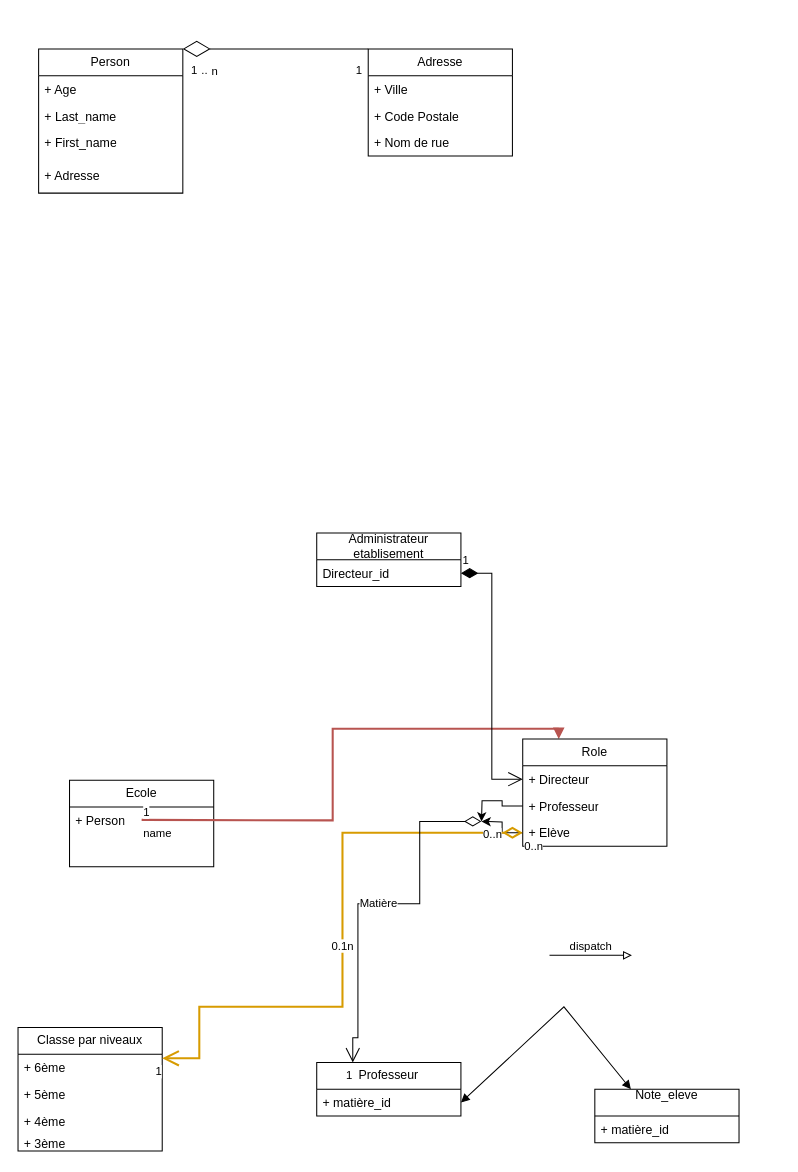
The draw.io diagram gestion_ecole.drawio in johandeschamps/gestion_ecole, before the edit. Source tidied: cells renumbered, new cells numbered last; positions are measured from the earlier drawing's top-left corner, leaving out a move shared by most shapes. Both pictures are drawn from the tidied source at 103%, with x=0, y=0 at pixel (18, 48).
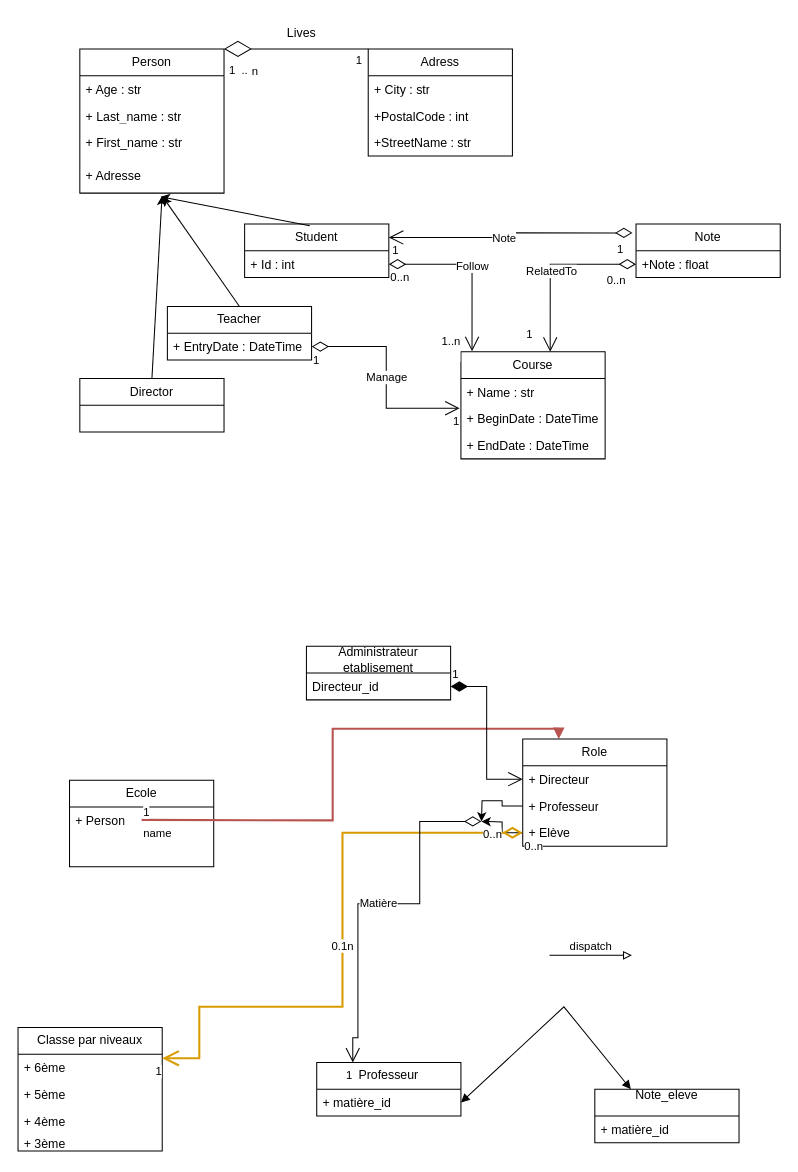
After the change.

Commit message:
Updated class diagram

Unchanged cells that the change refers to:
```xml
<mxCell id="37" value="+ Adresse" style="text;strokeColor=none;fillColor=none;align=left;verticalAlign=top;spacingLeft=4;spacingRight=4;overflow=hidden;points=[[0,0.5],[1,0.5]];portConstraint=eastwest;whiteSpace=wrap;html=1;" parent="33" vertex="1">
  <mxGeometry y="110" width="140" height="30" as="geometry" />
</mxCell>
<mxCell id="42" style="endArrow=diamondThin;endFill=0;endSize=24;html=1;rounded=0;entryX=1;entryY=0;entryDx=0;entryDy=0;" parent="1" edge="1" target="33">
  <mxGeometry relative="1" as="geometry">
    <mxPoint x="340" as="sourcePoint" />
  </mxGeometry>
</mxCell>
```

Change to the diagram source:
```diff
@@
     <mxCell id="29" value="Administrateur etablisement" style="swimlane;fontStyle=0;horizontal=1;startSize=26;fillColor=none;whiteSpace=wrap;html=1;" parent="1" vertex="1">
-      <mxGeometry x="290" y="470" width="140" height="52" as="geometry" />
+      <mxGeometry x="280" y="580" width="140" height="52" as="geometry" />
     </mxCell>
@@
     <mxCell id="33" value="Person" style="swimlane;fontStyle=0;horizontal=1;startSize=26;fillColor=none;whiteSpace=wrap;html=1;" parent="1" vertex="1">
-      <mxGeometry x="20" width="140" height="140" as="geometry" />
+      <mxGeometry x="60" width="140" height="140" as="geometry" />
     </mxCell>
-    <mxCell id="34" value="+ Age" style="text;strokeColor=none;fillColor=none;align=left;verticalAlign=top;spacingLeft=4;spacingRight=4;overflow=hidden;whiteSpace=wrap;html=1;" parent="33" vertex="1">
+    <mxCell id="34" value="+ Age : str" style="text;strokeColor=none;fillColor=none;align=left;verticalAlign=top;spacingLeft=4;spacingRight=4;overflow=hidden;whiteSpace=wrap;html=1;" parent="33" vertex="1">
       <mxGeometry y="26" width="140" height="26" as="geometry" />
     </mxCell>
-    <mxCell id="35" value="+ Last_name" style="text;strokeColor=none;fillColor=none;align=left;verticalAlign=top;spacingLeft=4;spacingRight=4;overflow=hidden;whiteSpace=wrap;html=1;" parent="33" vertex="1">
+    <mxCell id="35" value="+ Last_name : str" style="text;strokeColor=none;fillColor=none;align=left;verticalAlign=top;spacingLeft=4;spacingRight=4;overflow=hidden;whiteSpace=wrap;html=1;" parent="33" vertex="1">
       <mxGeometry y="52" width="140" height="26" as="geometry" />
     </mxCell>
-    <mxCell id="36" value="+ First_name" style="text;strokeColor=none;fillColor=none;align=left;verticalAlign=top;spacingLeft=4;spacingRight=4;overflow=hidden;whiteSpace=wrap;html=1;" parent="33" vertex="1">
+    <mxCell id="36" value="+ First_name : str" style="text;strokeColor=none;fillColor=none;align=left;verticalAlign=top;spacingLeft=4;spacingRight=4;overflow=hidden;whiteSpace=wrap;html=1;" parent="33" vertex="1">
       <mxGeometry y="78" width="140" height="32" as="geometry" />
     </mxCell>
@@
-    <mxCell id="38" value="&lt;span style=&quot;text-align: left;&quot;&gt;Adresse&lt;/span&gt;" style="swimlane;fontStyle=0;horizontal=1;startSize=26;fillColor=none;whiteSpace=wrap;html=1;" parent="1" vertex="1">
+    <mxCell id="38" value="&lt;span style=&quot;text-align: left;&quot;&gt;Adress&lt;/span&gt;" style="swimlane;fontStyle=0;horizontal=1;startSize=26;fillColor=none;whiteSpace=wrap;html=1;" parent="1" vertex="1">
       <mxGeometry x="340" width="140" height="104" as="geometry" />
     </mxCell>
-    <mxCell id="39" value="+ Ville" style="text;strokeColor=none;fillColor=none;align=left;verticalAlign=top;spacingLeft=4;spacingRight=4;overflow=hidden;whiteSpace=wrap;html=1;" parent="38" vertex="1">
+    <mxCell id="39" value="+ City : str" style="text;strokeColor=none;fillColor=none;align=left;verticalAlign=top;spacingLeft=4;spacingRight=4;overflow=hidden;whiteSpace=wrap;html=1;" parent="38" vertex="1">
       <mxGeometry y="26" width="140" height="26" as="geometry" />
     </mxCell>
-    <mxCell id="40" value="+ Code Postale" style="text;strokeColor=none;fillColor=none;align=left;verticalAlign=top;spacingLeft=4;spacingRight=4;overflow=hidden;whiteSpace=wrap;html=1;" parent="38" vertex="1">
+    <mxCell id="40" value="+PostalCode : int" style="text;strokeColor=none;fillColor=none;align=left;verticalAlign=top;spacingLeft=4;spacingRight=4;overflow=hidden;whiteSpace=wrap;html=1;" parent="38" vertex="1">
       <mxGeometry y="52" width="140" height="26" as="geometry" />
     </mxCell>
-    <mxCell id="41" value="+ Nom de rue" style="text;strokeColor=none;fillColor=none;align=left;verticalAlign=top;spacingLeft=4;spacingRight=4;overflow=hidden;whiteSpace=wrap;html=1;" parent="38" vertex="1">
+    <mxCell id="41" value="+StreetName : str" style="text;strokeColor=none;fillColor=none;align=left;verticalAlign=top;spacingLeft=4;spacingRight=4;overflow=hidden;whiteSpace=wrap;html=1;" parent="38" vertex="1">
       <mxGeometry y="78" width="140" height="26" as="geometry" />
     </mxCell>
@@
     <mxCell id="43" value="n" style="edgeLabel;html=1;align=center;verticalAlign=middle;" parent="42" vertex="1">
       <mxGeometry x="-0.79" relative="1" as="geometry">
-        <mxPoint x="-131" y="21" as="offset" />
+        <mxPoint x="-96" y="21" as="offset" />
       </mxGeometry>
     </mxCell>
@@
     <mxCell id="45" value=".." style="edgeLabel;html=1;align=center;verticalAlign=middle;" parent="42" vertex="1">
       <mxGeometry x="-0.12" y="1" relative="1" as="geometry">
-        <mxPoint x="-81" y="19" as="offset" />
+        <mxPoint x="-59" y="19" as="offset" />
       </mxGeometry>
     </mxCell>
     <mxCell id="46" value="1" style="edgeLabel;html=1;align=center;verticalAlign=middle;" parent="42" vertex="1">
       <mxGeometry x="0.84" y="2" relative="1" as="geometry">
-        <mxPoint x="156" y="18" as="offset" />
+        <mxPoint x="119" y="8" as="offset" />
       </mxGeometry>
     </mxCell>
+    <mxCell id="47" value="Lives" style="text;html=1;align=center;verticalAlign=middle;strokeColor=none;fillColor=none;" parent="1" vertex="1">
+      <mxGeometry x="250" y="-30" width="50" height="30" as="geometry" />
+    </mxCell>
+    <mxCell id="48" value="Student" style="swimlane;fontStyle=0;horizontal=1;startSize=26;fillColor=none;whiteSpace=wrap;html=1;" parent="1" vertex="1">
+      <mxGeometry x="220" y="170" width="140" height="52" as="geometry" />
+    </mxCell>
+    <mxCell id="49" value="+ Id : int" style="text;strokeColor=none;fillColor=none;align=left;verticalAlign=top;spacingLeft=4;spacingRight=4;overflow=hidden;points=[[0,0.5],[1,0.5]];portConstraint=eastwest;whiteSpace=wrap;html=1;" parent="48" vertex="1">
+      <mxGeometry y="26" width="140" height="26" as="geometry" />
+    </mxCell>
+    <mxCell id="50" style="endArrow=classic;endFill=1;html=1;rounded=0;entryX=0.56;entryY=1.116;entryDx=0;entryDy=0;entryPerimeter=0;exitX=0.452;exitY=0.034;exitDx=0;exitDy=0;exitPerimeter=0;" parent="1" edge="1" source="48" target="37">
+      <mxGeometry relative="1" as="geometry" />
+    </mxCell>
+    <mxCell id="51" value="Teacher" style="swimlane;fontStyle=0;horizontal=1;startSize=26;fillColor=none;whiteSpace=wrap;html=1;" parent="1" vertex="1">
+      <mxGeometry x="145" y="250" width="140" height="52" as="geometry" />
+    </mxCell>
+    <mxCell id="52" value="+ EntryDate : DateTime" style="text;strokeColor=none;fillColor=none;align=left;verticalAlign=top;spacingLeft=4;spacingRight=4;overflow=hidden;whiteSpace=wrap;html=1;" parent="51" vertex="1">
+      <mxGeometry y="26" width="140" height="26" as="geometry" />
+    </mxCell>
+    <mxCell id="53" style="endArrow=classic;endFill=1;html=1;rounded=0;entryX=0.575;entryY=1.116;entryDx=0;entryDy=0;entryPerimeter=0;exitX=0.5;exitY=0;exitDx=0;exitDy=0;" parent="1" edge="1" source="51" target="37">
+      <mxGeometry relative="1" as="geometry" />
+    </mxCell>
+    <mxCell id="54" value="Director" style="swimlane;fontStyle=0;horizontal=1;startSize=26;fillColor=none;whiteSpace=wrap;html=1;" parent="1" vertex="1">
+      <mxGeometry x="60" y="320" width="140" height="52" as="geometry" />
+    </mxCell>
+    <mxCell id="55" style="endArrow=classic;endFill=1;html=1;rounded=0;entryX=0.57;entryY=1.093;entryDx=0;entryDy=0;entryPerimeter=0;exitX=0.5;exitY=0;exitDx=0;exitDy=0;" parent="1" edge="1" source="54" target="37">
+      <mxGeometry relative="1" as="geometry" />
+    </mxCell>
+    <mxCell id="56" value="Course" style="swimlane;fontStyle=0;horizontal=1;startSize=26;fillColor=none;whiteSpace=wrap;html=1;" parent="1" vertex="1">
+      <mxGeometry x="430" y="294" width="140" height="104" as="geometry" />
+    </mxCell>
+    <mxCell id="57" value="+ Name : str" style="text;strokeColor=none;fillColor=none;align=left;verticalAlign=top;spacingLeft=4;spacingRight=4;overflow=hidden;whiteSpace=wrap;html=1;" parent="56" vertex="1">
+      <mxGeometry y="26" width="140" height="26" as="geometry" />
+    </mxCell>
+    <mxCell id="58" value="+ BeginDate : DateTime" style="text;strokeColor=none;fillColor=none;align=left;verticalAlign=top;spacingLeft=4;spacingRight=4;overflow=hidden;points=[[0,0.5],[1,0.5]];portConstraint=eastwest;whiteSpace=wrap;html=1;" parent="56" vertex="1">
+      <mxGeometry y="52" width="140" height="26" as="geometry" />
+    </mxCell>
+    <mxCell id="59" value="+ EndDate : DateTime" style="text;strokeColor=none;fillColor=none;align=left;verticalAlign=top;spacingLeft=4;spacingRight=4;overflow=hidden;whiteSpace=wrap;html=1;" parent="56" vertex="1">
+      <mxGeometry y="78" width="140" height="26" as="geometry" />
+    </mxCell>
+    <mxCell id="60" value="Note" style="swimlane;fontStyle=0;horizontal=1;startSize=26;fillColor=none;whiteSpace=wrap;html=1;" parent="1" vertex="1">
+      <mxGeometry x="600" y="170" width="140" height="52" as="geometry" />
+    </mxCell>
+    <mxCell id="61" value="+Note : float" style="text;strokeColor=none;fillColor=none;align=left;verticalAlign=top;spacingLeft=4;spacingRight=4;overflow=hidden;points=[[0,0.5],[1,0.5]];portConstraint=eastwest;whiteSpace=wrap;html=1;" parent="60" vertex="1">
+      <mxGeometry y="26" width="140" height="26" as="geometry" />
+    </mxCell>
+    <mxCell id="62" value="Manage" style="endArrow=open;html=1;endSize=12;startArrow=diamondThin;startSize=14;startFill=0;edgeStyle=orthogonalEdgeStyle;rounded=0;exitX=1;exitY=0.75;exitDx=0;exitDy=0;entryX=-0.009;entryY=0.11;entryDx=0;entryDy=0;entryPerimeter=0;" parent="1" edge="1" source="51" target="58">
+      <mxGeometry relative="1" as="geometry" />
+    </mxCell>
+    <mxCell id="63" value="1" style="edgeLabel;html=1;align=left;verticalAlign=top;" parent="62" vertex="1">
+      <mxGeometry x="-1" relative="1" as="geometry" />
+    </mxCell>
+    <mxCell id="64" value="1" style="edgeLabel;html=1;align=right;verticalAlign=top;" parent="62" vertex="1">
+      <mxGeometry x="1" relative="1" as="geometry" />
+    </mxCell>
+    <mxCell id="65" value="Note" style="endArrow=open;html=1;endSize=12;startArrow=diamondThin;startSize=14;startFill=0;edgeStyle=orthogonalEdgeStyle;rounded=0;exitX=-0.024;exitY=0.166;exitDx=0;exitDy=0;exitPerimeter=0;entryX=1;entryY=0.25;entryDx=0;entryDy=0;" parent="1" edge="1" source="60" target="48">
+      <mxGeometry x="0.07" y="1" relative="1" as="geometry" />
+    </mxCell>
+    <mxCell id="66" value="&lt;div&gt;1&lt;br&gt;&lt;/div&gt;" style="edgeLabel;html=1;align=left;verticalAlign=top;" parent="65" vertex="1">
+      <mxGeometry x="-1" relative="1" as="geometry">
+        <mxPoint x="-17" y="3" as="offset" />
+      </mxGeometry>
+    </mxCell>
+    <mxCell id="67" value="1" style="edgeLabel;html=1;align=right;verticalAlign=top;" parent="65" vertex="1">
+      <mxGeometry x="1" relative="1" as="geometry">
+        <mxPoint x="10" as="offset" />
+      </mxGeometry>
+    </mxCell>
+    <mxCell id="68" value="Follow" style="endArrow=open;html=1;endSize=12;startArrow=diamondThin;startSize=14;startFill=0;edgeStyle=orthogonalEdgeStyle;rounded=0;exitX=1;exitY=0.5;exitDx=0;exitDy=0;entryX=0.077;entryY=-0.004;entryDx=0;entryDy=0;entryPerimeter=0;" parent="1" edge="1" source="49" target="56">
+      <mxGeometry relative="1" as="geometry" />
+    </mxCell>
+    <mxCell id="69" value="0..n" style="edgeLabel;html=1;align=left;verticalAlign=top;" parent="68" vertex="1">
+      <mxGeometry x="-1" relative="1" as="geometry" />
+    </mxCell>
+    <mxCell id="70" value="&lt;div&gt;1..n&lt;/div&gt;&lt;div&gt;&lt;br&gt;&lt;/div&gt;" style="edgeLabel;html=1;align=right;verticalAlign=top;" parent="68" vertex="1">
+      <mxGeometry x="1" relative="1" as="geometry">
+        <mxPoint x="-11" y="-22" as="offset" />
+      </mxGeometry>
+    </mxCell>
+    <mxCell id="71" value="RelatedTo" style="endArrow=open;html=1;endSize=12;startArrow=diamondThin;startSize=14;startFill=0;edgeStyle=orthogonalEdgeStyle;rounded=0;exitX=0;exitY=0.5;exitDx=0;exitDy=0;entryX=0.619;entryY=0.001;entryDx=0;entryDy=0;entryPerimeter=0;" parent="1" edge="1" source="61" target="56">
+      <mxGeometry x="0.07" y="1" relative="1" as="geometry" />
+    </mxCell>
+    <mxCell id="72" value="&lt;div&gt;0..n&lt;/div&gt;" style="edgeLabel;html=1;align=left;verticalAlign=top;" parent="71" vertex="1">
+      <mxGeometry x="-1" relative="1" as="geometry">
+        <mxPoint x="-30" y="3" as="offset" />
+      </mxGeometry>
+    </mxCell>
+    <mxCell id="73" value="1" style="edgeLabel;html=1;align=right;verticalAlign=top;" parent="71" vertex="1">
+      <mxGeometry x="1" relative="1" as="geometry">
+        <mxPoint x="-17" y="-30" as="offset" />
+      </mxGeometry>
+    </mxCell>
```
